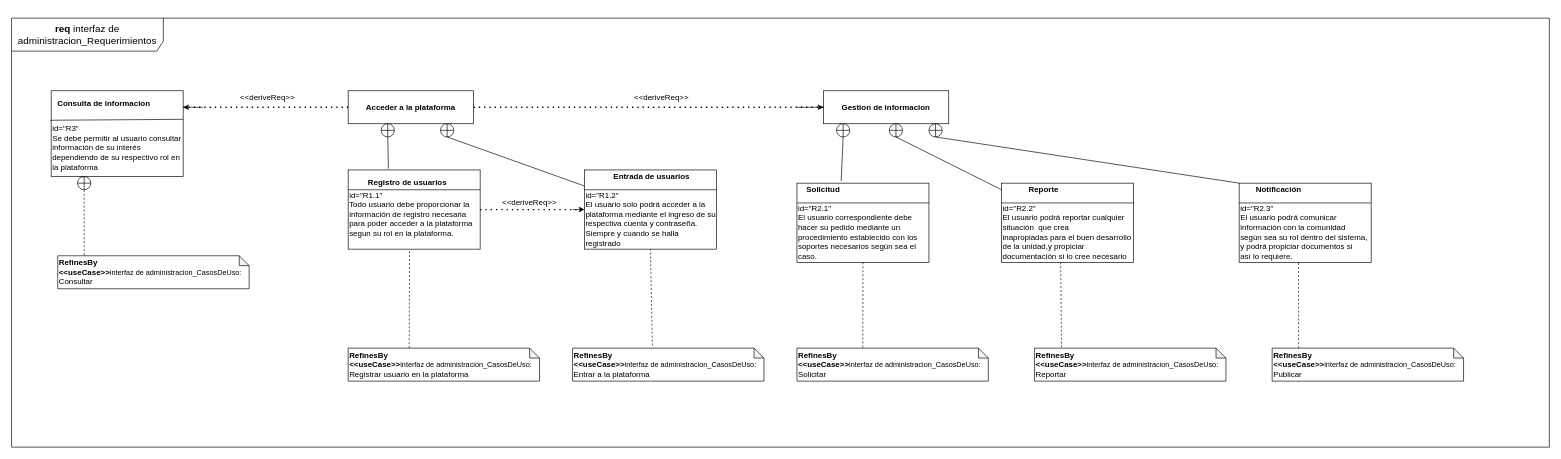
mnivia/Administracion-unidades-cerradas keeps this draw.io diagram as Diagrama de requerimientos.drawio. Above is the earlier version. Source tidied: cells renumbered, new cells numbered last; positions are measured from the earlier drawing's top-left corner, leaving out a move shared by most shapes. Both pictures are drawn from the tidied source at 66%, with x=0, y=0 at pixel (11, 18).
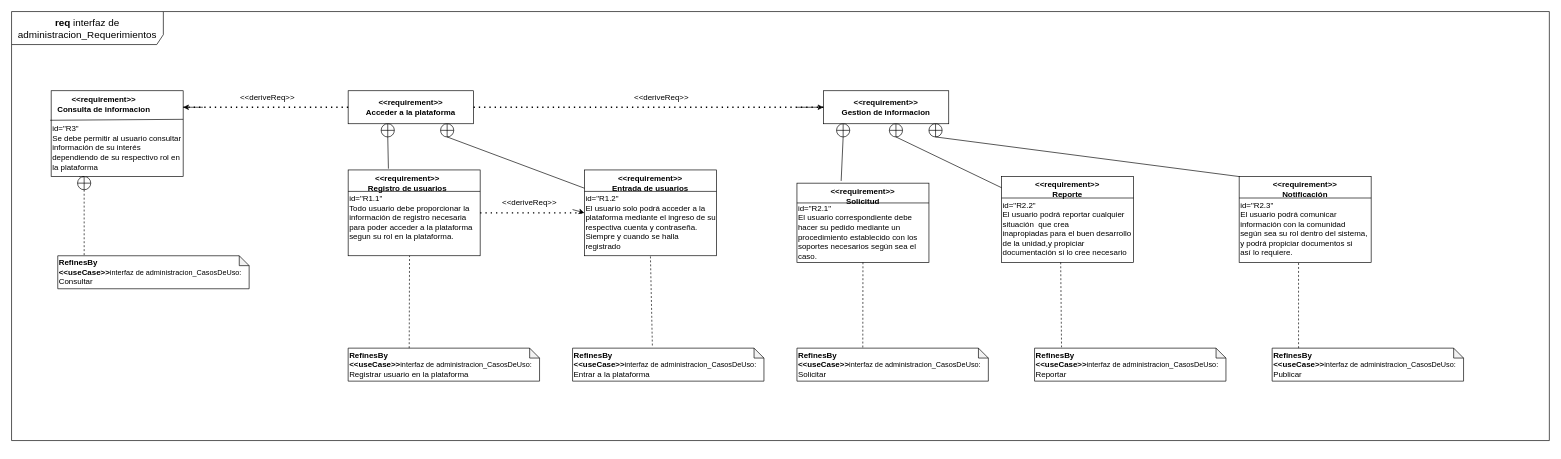
Above is the later version.

Unchanged cells that the change refers to:
```xml
<mxCell id="38" style="verticalLabelPosition=bottom;verticalAlign=top;html=1;shape=mxgraph.flowchart.summing_function;" parent="1" vertex="1">
  <mxGeometry x="1390" y="160" width="20" height="20" as="geometry" />
</mxCell>
```

Change to the diagram source:
```diff
@@
     <mxCell id="2" value="&lt;font style=&quot;font-size: 15px&quot;&gt;&lt;b&gt;req&amp;nbsp;&lt;/b&gt;&lt;span style=&quot;text-align: left&quot;&gt;interfaz de administracion_Requerimientos&lt;/span&gt;&lt;/font&gt;" style="shape=umlFrame;whiteSpace=wrap;html=1;width=230;height=50;" parent="1" vertex="1">
-      <mxGeometry width="2330" height="650" as="geometry" />
+      <mxGeometry y="-10" width="2330" height="650" as="geometry" />
     </mxCell>
     <mxCell id="3" value="&lt;br&gt;id=&quot;R1.1&quot;&lt;br&gt;Todo usuario debe proporcionar la información de registro necesaria para poder acceder a la plataforma segun su rol en la plataforma." style="rounded=0;whiteSpace=wrap;html=1;align=left;" parent="1" vertex="1">
-      <mxGeometry x="510" y="230" width="200" height="120" as="geometry" />
+      <mxGeometry x="510" y="230" width="200" height="130" as="geometry" />
     </mxCell>
@@
     <mxCell id="5" value="&lt;span&gt;&lt;br&gt;&lt;br&gt;&lt;br&gt;&lt;br&gt;id=&quot;R1.2&quot;&lt;br&gt;El usuario solo podrá&amp;nbsp;acceder a la plataforma mediante el ingreso de su respectiva cuenta y contraseña.&lt;br&gt;Siempre y cuando se halla registrado&lt;br&gt;&lt;br&gt;&lt;br&gt;&lt;/span&gt;" style="rounded=0;whiteSpace=wrap;html=1;align=left;" parent="1" vertex="1">
-      <mxGeometry x="868" y="230" width="200" height="120" as="geometry" />
+      <mxGeometry x="868" y="230" width="200" height="130" as="geometry" />
     </mxCell>
@@
-    <mxCell id="7" value="&lt;b&gt;Registro de usuarios&lt;/b&gt;" style="text;html=1;strokeColor=none;fillColor=none;align=center;verticalAlign=middle;whiteSpace=wrap;rounded=0;" parent="1" vertex="1">
+    <mxCell id="7" value="&lt;b&gt;&amp;lt;&amp;lt;requirement&amp;gt;&amp;gt;&lt;/b&gt;&lt;b&gt;&lt;br&gt;Registro de usuarios&lt;/b&gt;" style="text;html=1;strokeColor=none;fillColor=none;align=center;verticalAlign=middle;whiteSpace=wrap;rounded=0;" parent="1" vertex="1">
       <mxGeometry x="500" y="230" width="200" height="40" as="geometry" />
     </mxCell>
-    <mxCell id="8" value="&lt;b&gt;Entrada de usuarios&lt;/b&gt;" style="text;html=1;strokeColor=none;fillColor=none;align=center;verticalAlign=middle;whiteSpace=wrap;rounded=0;" parent="1" vertex="1">
-      <mxGeometry x="870" y="220" width="200" height="40" as="geometry" />
+    <mxCell id="8" value="&lt;b&gt;&amp;lt;&amp;lt;requirement&amp;gt;&amp;gt;&lt;/b&gt;&lt;b&gt;&lt;br&gt;Entrada de usuarios&lt;/b&gt;" style="text;html=1;strokeColor=none;fillColor=none;align=center;verticalAlign=middle;whiteSpace=wrap;rounded=0;" parent="1" vertex="1">
+      <mxGeometry x="868" y="230" width="200" height="40" as="geometry" />
     </mxCell>
-    <mxCell id="9" value="&lt;b&gt;Acceder a la plataforma&lt;/b&gt;" style="rounded=0;whiteSpace=wrap;html=1;" parent="1" vertex="1">
+    <mxCell id="9" value="&lt;b&gt;&amp;lt;&amp;lt;requirement&amp;gt;&amp;gt;&lt;/b&gt;&lt;b&gt;&lt;br&gt;Acceder a la plataforma&lt;/b&gt;" style="rounded=0;whiteSpace=wrap;html=1;" parent="1" vertex="1">
       <mxGeometry x="510" y="110" width="190" height="50" as="geometry" />
     </mxCell>
@@
     <mxCell id="23" value="&lt;span&gt;&lt;br&gt;&lt;br&gt;id=&quot;R2.2&quot;&lt;br&gt;El usuario podrá&amp;nbsp;reportar cualquier situación&amp;nbsp;&amp;nbsp;que crea inapropiadas&amp;nbsp;para el buen desarrollo de la unidad,y propiciar documentación&amp;nbsp;si lo cree&amp;nbsp;necesario&lt;br&gt;&lt;/span&gt;" style="rounded=0;whiteSpace=wrap;html=1;align=left;" parent="1" vertex="1">
-      <mxGeometry x="1500" y="250" width="200" height="120" as="geometry" />
+      <mxGeometry x="1500" y="240" width="200" height="130" as="geometry" />
     </mxCell>
@@
-    <mxCell id="25" value="&lt;b&gt;Solicitud&lt;/b&gt;" style="text;html=1;strokeColor=none;fillColor=none;align=center;verticalAlign=middle;whiteSpace=wrap;rounded=0;" parent="1" vertex="1">
-      <mxGeometry x="1130" y="240" width="200" height="40" as="geometry" />
+    <mxCell id="25" value="&lt;b&gt;&amp;lt;&amp;lt;requirement&amp;gt;&amp;gt;&lt;/b&gt;&lt;b&gt;&lt;br&gt;Solicitud&lt;/b&gt;" style="text;html=1;strokeColor=none;fillColor=none;align=center;verticalAlign=middle;whiteSpace=wrap;rounded=0;" parent="1" vertex="1">
+      <mxGeometry x="1190" y="250" width="200" height="40" as="geometry" />
     </mxCell>
-    <mxCell id="26" value="&lt;b&gt;Reporte&lt;/b&gt;" style="text;html=1;strokeColor=none;fillColor=none;align=center;verticalAlign=middle;whiteSpace=wrap;rounded=0;" parent="1" vertex="1">
-      <mxGeometry x="1464" y="240" width="200" height="40" as="geometry" />
+    <mxCell id="26" value="&lt;b&gt;&amp;lt;&amp;lt;requirement&amp;gt;&amp;gt;&lt;/b&gt;&lt;b&gt;&lt;br&gt;Reporte&lt;/b&gt;" style="text;html=1;strokeColor=none;fillColor=none;align=center;verticalAlign=middle;whiteSpace=wrap;rounded=0;" parent="1" vertex="1">
+      <mxGeometry x="1500" y="240" width="200" height="40" as="geometry" />
     </mxCell>
-    <mxCell id="27" value="&lt;b&gt;Gestion de informacion&lt;/b&gt;" style="rounded=0;whiteSpace=wrap;html=1;" parent="1" vertex="1">
+    <mxCell id="27" value="&lt;b&gt;&amp;lt;&amp;lt;requirement&amp;gt;&amp;gt;&lt;/b&gt;&lt;b&gt;&lt;br&gt;Gestion de informacion&lt;/b&gt;" style="rounded=0;whiteSpace=wrap;html=1;" parent="1" vertex="1">
       <mxGeometry x="1230" y="110" width="190" height="50" as="geometry" />
     </mxCell>
@@
     <mxCell id="35" value="&lt;span&gt;&lt;br&gt;&lt;br&gt;id=&quot;R2.3&quot;&lt;br&gt;El usuario podrá&amp;nbsp;comunicar información&amp;nbsp;con la comunidad según&amp;nbsp;sea su rol dentro del sistema, y podrá&amp;nbsp;propiciar documentos si así&amp;nbsp;lo requiere.&lt;br&gt;&lt;/span&gt;" style="rounded=0;whiteSpace=wrap;html=1;align=left;" parent="1" vertex="1">
-      <mxGeometry x="1860" y="250" width="200" height="120" as="geometry" />
+      <mxGeometry x="1860" y="240" width="200" height="130" as="geometry" />
     </mxCell>
@@
-    <mxCell id="37" value="&lt;b&gt;Notificación&lt;/b&gt;" style="text;html=1;strokeColor=none;fillColor=none;align=center;verticalAlign=middle;whiteSpace=wrap;rounded=0;" parent="1" vertex="1">
-      <mxGeometry x="1820" y="240" width="200" height="40" as="geometry" />
+    <mxCell id="37" value="&lt;b&gt;&amp;lt;&amp;lt;requirement&amp;gt;&amp;gt;&lt;/b&gt;&lt;b&gt;&lt;br&gt;Notificación&lt;/b&gt;" style="text;html=1;strokeColor=none;fillColor=none;align=center;verticalAlign=middle;whiteSpace=wrap;rounded=0;" parent="1" vertex="1">
+      <mxGeometry x="1860" y="240" width="200" height="40" as="geometry" />
     </mxCell>
@@
-    <mxCell id="39" style="endArrow=none;html=1;exitX=0.5;exitY=1;exitDx=0;exitDy=0;exitPerimeter=0;entryX=0.2;entryY=0.25;entryDx=0;entryDy=0;entryPerimeter=0;" parent="1" edge="1" source="38" target="37">
+    <mxCell id="39" style="endArrow=none;html=1;exitX=0.5;exitY=1;exitDx=0;exitDy=0;exitPerimeter=0;entryX=0;entryY=0;entryDx=0;entryDy=0;" parent="1" edge="1" source="38" target="37">
       <mxGeometry relative="1" as="geometry" />
     </mxCell>
@@
-    <mxCell id="51" value="&lt;b&gt;Consulta de informacion&lt;/b&gt;" style="text;html=1;strokeColor=none;fillColor=none;align=center;verticalAlign=middle;whiteSpace=wrap;rounded=0;" parent="1" vertex="1">
+    <mxCell id="51" value="&lt;b&gt;&amp;lt;&amp;lt;requirement&amp;gt;&amp;gt;&lt;br&gt;Consulta de informacion&lt;/b&gt;" style="text;html=1;strokeColor=none;fillColor=none;align=center;verticalAlign=middle;whiteSpace=wrap;rounded=0;" parent="1" vertex="1">
       <mxGeometry x="60" y="120" width="160" height="20" as="geometry" />
     </mxCell>
```
